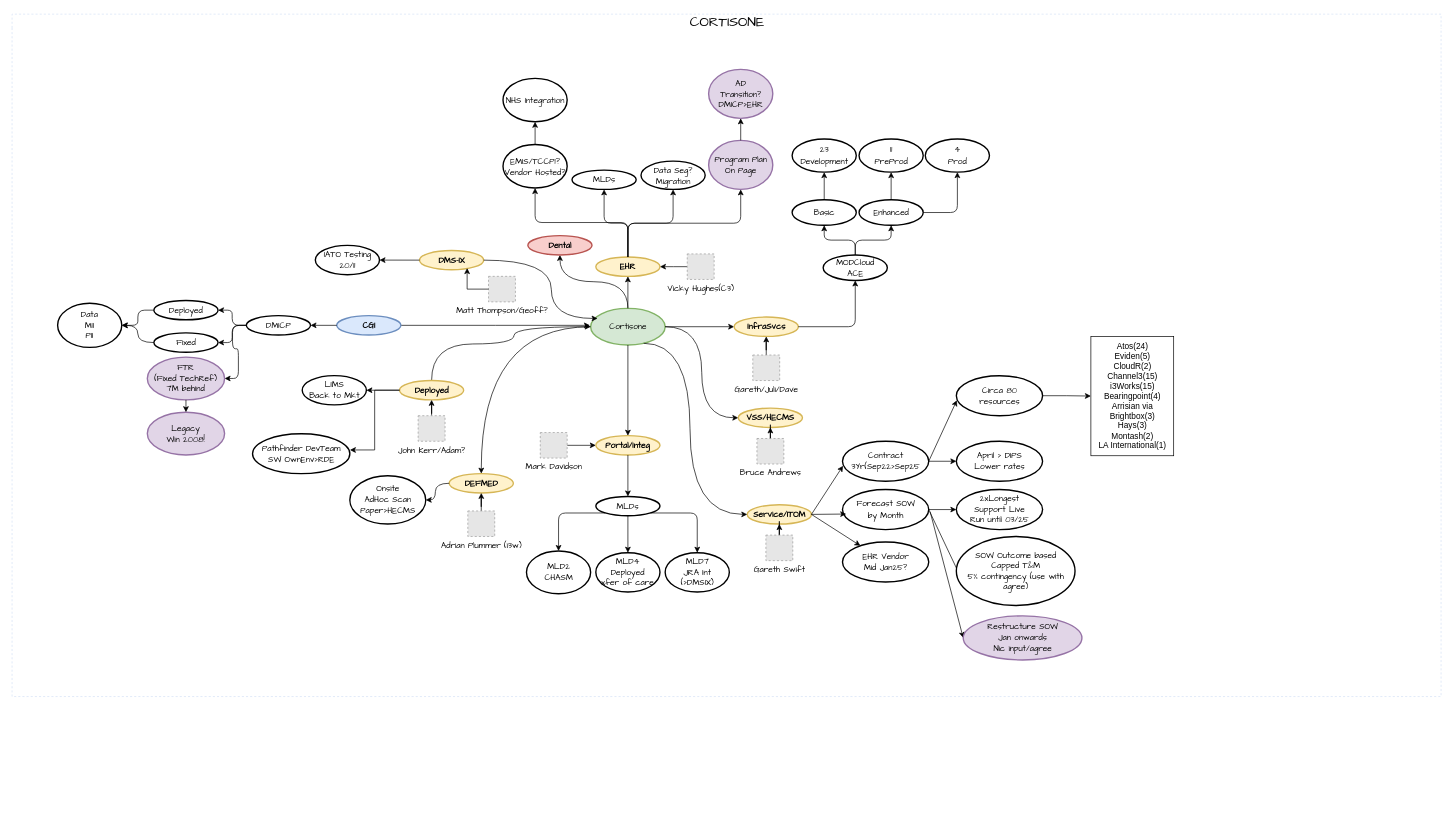
Before: page "Overview" (1 of 3) of 202411 Cortisone.drawio in dalegent42/DrawIO, a draw.io diagram. Source tidied: cells renumbered, new cells numbered last; positions are measured from the earlier drawing's top-left corner, leaving out a move shared by most shapes. Both pictures are drawn from the tidied source at 69%, with x=0, y=0 at pixel (12, 14). Pictures stored in the file or linked from it are replaced by grey dashed boxes.
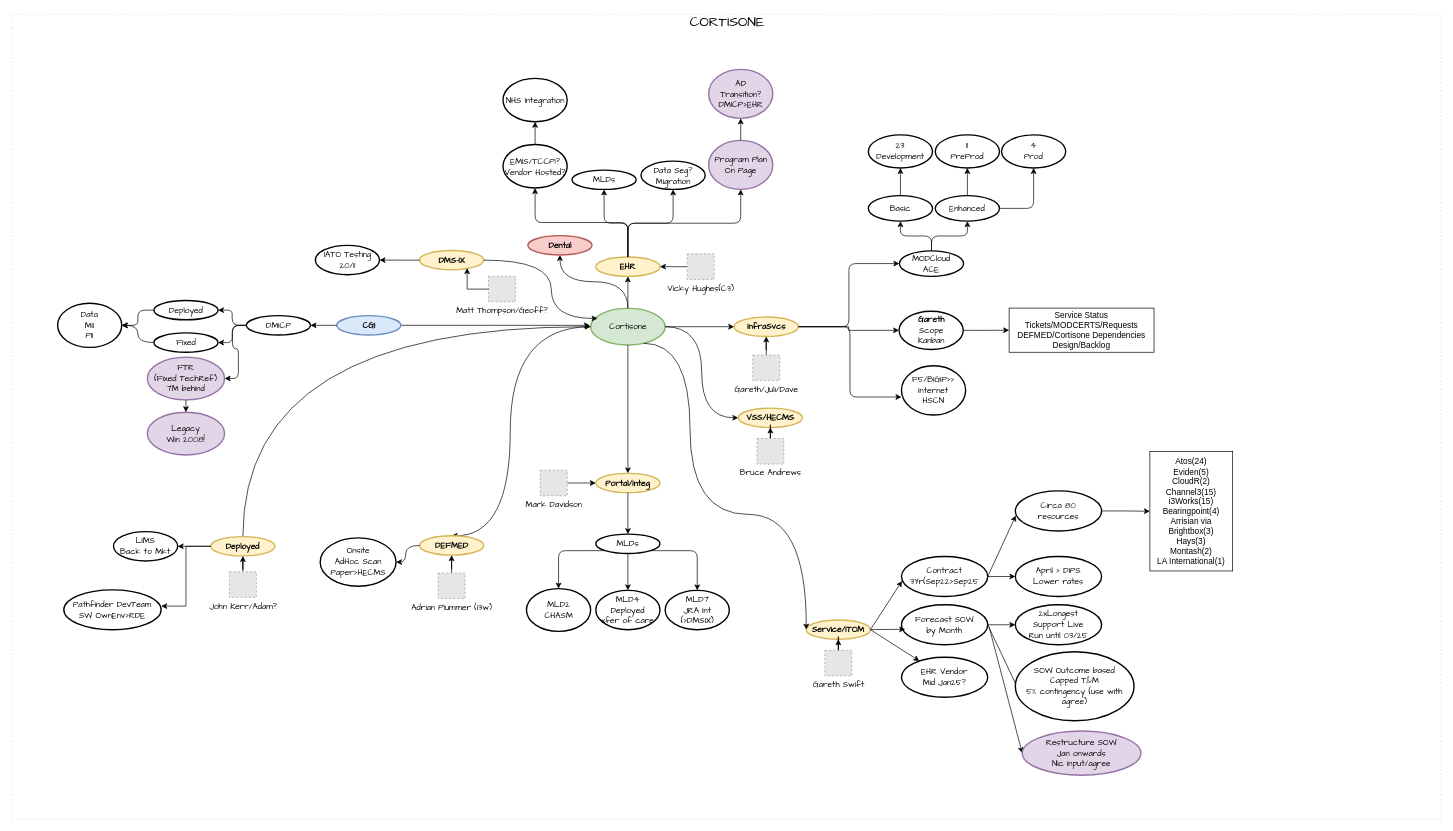
After the change.

Unchanged cells that the change refers to:
```xml
<mxCell id="4" value="&lt;font face=&quot;Comic Sans MS&quot;&gt;Cortisone&lt;/font&gt;" style="ellipse;whiteSpace=wrap;html=1;align=center;strokeWidth=2;fillColor=#d5e8d4;strokeColor=#82b366;" parent="2" vertex="1">
  <mxGeometry x="838.5" y="426.5" width="108" height="53" as="geometry" />
</mxCell>
<mxCell id="14" value="&lt;font face=&quot;Comic Sans MS&quot;&gt;InfraSvcs&lt;/font&gt;" style="ellipse;whiteSpace=wrap;html=1;align=center;strokeWidth=2;fontStyle=1;fillColor=#fff2cc;strokeColor=#d6b656;" parent="2" vertex="1">
  <mxGeometry x="1046.5" y="439" width="93" height="28" as="geometry" />
</mxCell>
```

The edit, as a diff of the source:
```diff
@@
     <mxCell id="2" value="&lt;span style=&quot;font-weight: normal;&quot;&gt;&lt;font style=&quot;font-size: 20px;&quot;&gt;CORTISONE&lt;/font&gt;&lt;/span&gt;" style="swimlane;html=1;startSize=20;horizontal=1;containerType=tree;labelBackgroundColor=none;strokeColor=#D4E1F5;strokeWidth=1;fillColor=none;fontFamily=Comic Sans MS;fontSize=9;swimlaneLine=0;dashed=1;" parent="1" vertex="1">
-      <mxGeometry width="2071" height="989" as="geometry" />
+      <mxGeometry width="2071" height="1167" as="geometry" />
     </mxCell>
@@
     <mxCell id="17" value="&lt;font face=&quot;Comic Sans MS&quot;&gt;MODCloud&lt;/font&gt;&lt;div&gt;&lt;font face=&quot;Comic Sans MS&quot;&gt;ACE&lt;/font&gt;&lt;/div&gt;" style="ellipse;whiteSpace=wrap;html=1;align=center;strokeWidth=2;" parent="2" vertex="1">
-      <mxGeometry x="1175.5" y="349" width="93" height="37" as="geometry" />
+      <mxGeometry x="1286" y="343" width="93" height="37" as="geometry" />
     </mxCell>
-    <mxCell id="18" style="edgeStyle=orthogonalEdgeStyle;rounded=1;jettySize=auto;html=1;entryX=0.5;entryY=1;entryDx=0;entryDy=0;curved=0;exitX=1;exitY=0.5;exitDx=0;exitDy=0;" parent="2" edge="1" source="14" target="17">
+    <mxCell id="18" style="edgeStyle=orthogonalEdgeStyle;rounded=1;jettySize=auto;html=1;exitX=1;exitY=0.5;exitDx=0;exitDy=0;entryX=0;entryY=0.5;entryDx=0;entryDy=0;" parent="2" edge="1" source="14" target="17">
       <mxGeometry relative="1" as="geometry" />
     </mxCell>
@@
     <mxCell id="24" value="&lt;font face=&quot;Comic Sans MS&quot;&gt;Portal/Integ&lt;/font&gt;" style="ellipse;whiteSpace=wrap;html=1;align=center;strokeWidth=2;fontStyle=1;fillColor=#fff2cc;strokeColor=#d6b656;" parent="2" vertex="1">
-      <mxGeometry x="846" y="610.9" width="93" height="28" as="geometry" />
+      <mxGeometry x="846" y="665.5" width="93" height="28" as="geometry" />
     </mxCell>
@@
     <mxCell id="26" value="Mark Davidson" style="fillColor=#E6E6E6;strokeColor=#999999;dashed=1;html=1;verticalAlign=top;verticalLabelPosition=bottom;labelBackgroundColor=#ffffff;fontFamily=Comic Sans MS;fontSize=12;fontColor=#000000;align=center;" parent="2" vertex="1">
-      <mxGeometry x="765.5" y="606.4" width="39" height="37" as="geometry" />
+      <mxGeometry x="765.5" y="661" width="39" height="37" as="geometry" />
     </mxCell>
     <mxCell id="27" value="&lt;font face=&quot;Comic Sans MS&quot;&gt;MLDs&lt;/font&gt;" style="ellipse;whiteSpace=wrap;html=1;align=center;strokeWidth=2;" parent="2" vertex="1">
-      <mxGeometry x="846" y="699" width="93" height="28" as="geometry" />
+      <mxGeometry x="846" y="753.6" width="93" height="28" as="geometry" />
     </mxCell>
@@
     <mxCell id="29" value="&lt;font face=&quot;Comic Sans MS&quot;&gt;MLD2&lt;/font&gt;&lt;div&gt;&lt;font face=&quot;Comic Sans MS&quot;&gt;CHASM&lt;/font&gt;&lt;/div&gt;" style="ellipse;whiteSpace=wrap;html=1;align=center;strokeWidth=2;" parent="2" vertex="1">
-      <mxGeometry x="745.5" y="778" width="93" height="62" as="geometry" />
+      <mxGeometry x="745.5" y="832.6" width="93" height="62" as="geometry" />
     </mxCell>
@@
     <mxCell id="31" value="&lt;font face=&quot;Comic Sans MS&quot;&gt;MLD4&lt;/font&gt;&lt;div&gt;&lt;font face=&quot;Comic Sans MS&quot;&gt;Deployed&lt;/font&gt;&lt;/div&gt;&lt;div&gt;&lt;font face=&quot;Comic Sans MS&quot;&gt;xfer of care&lt;/font&gt;&lt;/div&gt;" style="ellipse;whiteSpace=wrap;html=1;align=center;strokeWidth=2;" parent="2" vertex="1">
-      <mxGeometry x="846" y="780.5" width="93" height="57" as="geometry" />
+      <mxGeometry x="846" y="835.1" width="93" height="57" as="geometry" />
     </mxCell>
     <mxCell id="32" value="&lt;font face=&quot;Comic Sans MS&quot;&gt;MLD7&lt;/font&gt;&lt;div&gt;&lt;font face=&quot;Comic Sans MS&quot;&gt;JRA Int&lt;/font&gt;&lt;/div&gt;&lt;div&gt;&lt;font face=&quot;Comic Sans MS&quot;&gt;(&amp;gt;DMSIX)&lt;/font&gt;&lt;/div&gt;" style="ellipse;whiteSpace=wrap;html=1;align=center;strokeWidth=2;" parent="2" vertex="1">
-      <mxGeometry x="946.5" y="780.5" width="93" height="57" as="geometry" />
+      <mxGeometry x="946.5" y="835.1" width="93" height="57" as="geometry" />
     </mxCell>
@@
     <mxCell id="35" style="edgeStyle=orthogonalEdgeStyle;rounded=0;jettySize=auto;html=1;exitX=0;exitY=0.5;exitDx=0;exitDy=0;entryX=0.5;entryY=0;entryDx=0;entryDy=0;curved=1;" parent="2" edge="1" source="4" target="36">
-      <mxGeometry relative="1" as="geometry" />
+      <mxGeometry relative="1" as="geometry">
+        <Array as="points">
+          <mxPoint x="722" y="453" />
+          <mxPoint x="722" y="756" />
+        </Array>
+      </mxGeometry>
     </mxCell>
     <mxCell id="36" value="&lt;font face=&quot;Comic Sans MS&quot;&gt;DEFMED&lt;/font&gt;" style="ellipse;whiteSpace=wrap;html=1;align=center;strokeWidth=2;fontStyle=1;fillColor=#fff2cc;strokeColor=#d6b656;" parent="2" vertex="1">
-      <mxGeometry x="633.5" y="665.9" width="93" height="28" as="geometry" />
+      <mxGeometry x="590.5" y="756" width="93" height="28" as="geometry" />
     </mxCell>
@@
     <mxCell id="38" value="Adrian Plummer (i3w)" style="fillColor=#E6E6E6;strokeColor=#999999;dashed=1;html=1;verticalAlign=top;verticalLabelPosition=bottom;labelBackgroundColor=#ffffff;fontFamily=Comic Sans MS;fontSize=12;fontColor=#000000;align=center;" parent="2" vertex="1">
-      <mxGeometry x="660.5" y="720" width="39" height="37" as="geometry" />
+      <mxGeometry x="617.5" y="810.1" width="39" height="37" as="geometry" />
     </mxCell>
-    <mxCell id="39" style="edgeStyle=orthogonalEdgeStyle;rounded=0;jettySize=auto;html=1;entryX=0;entryY=0.5;entryDx=0;entryDy=0;curved=1;" parent="2" edge="1" source="40" target="4">
-      <mxGeometry relative="1" as="geometry">
-        <Array as="points">
-          <mxPoint x="727.5" y="478" />
-          <mxPoint x="727.5" y="453" />
-        </Array>
-      </mxGeometry>
+    <mxCell id="39" style="edgeStyle=orthogonalEdgeStyle;rounded=0;jettySize=auto;html=1;exitX=0.5;exitY=0;exitDx=0;exitDy=0;entryX=0;entryY=0.5;entryDx=0;entryDy=0;curved=1;" parent="2" edge="1" source="40" target="4">
+      <mxGeometry relative="1" as="geometry" />
     </mxCell>
     <mxCell id="40" value="&lt;font face=&quot;Comic Sans MS&quot;&gt;Deployed&lt;/font&gt;" style="ellipse;whiteSpace=wrap;html=1;align=center;strokeWidth=2;fontStyle=1;fillColor=#fff2cc;strokeColor=#d6b656;" parent="2" vertex="1">
-      <mxGeometry x="561.5" y="531" width="93" height="28" as="geometry" />
+      <mxGeometry x="288" y="757.2" width="93" height="28" as="geometry" />
     </mxCell>
@@
     <mxCell id="42" value="John Kerr/Adam?" style="fillColor=#E6E6E6;strokeColor=#999999;dashed=1;html=1;verticalAlign=top;verticalLabelPosition=bottom;labelBackgroundColor=#ffffff;fontFamily=Comic Sans MS;fontSize=12;fontColor=#000000;align=center;" parent="2" vertex="1">
-      <mxGeometry x="588.5" y="582" width="39" height="37" as="geometry" />
+      <mxGeometry x="315" y="808.2" width="39" height="37" as="geometry" />
     </mxCell>
@@
     <mxCell id="58" value="&lt;font face=&quot;Comic Sans MS&quot;&gt;Basic&lt;/font&gt;" style="ellipse;whiteSpace=wrap;html=1;align=center;strokeWidth=2;" parent="2" vertex="1">
-      <mxGeometry x="1130.5" y="269" width="93" height="37" as="geometry" />
+      <mxGeometry x="1241" y="263" width="93" height="37" as="geometry" />
     </mxCell>
     <mxCell id="59" value="&lt;font face=&quot;Comic Sans MS&quot;&gt;Enhanced&lt;/font&gt;" style="ellipse;whiteSpace=wrap;html=1;align=center;strokeWidth=2;" parent="2" vertex="1">
-      <mxGeometry x="1227.5" y="269" width="93" height="37" as="geometry" />
+      <mxGeometry x="1338" y="263" width="93" height="37" as="geometry" />
     </mxCell>
@@
     <mxCell id="62" value="&lt;font face=&quot;Comic Sans MS&quot;&gt;23&lt;/font&gt;&lt;div&gt;&lt;font face=&quot;Comic Sans MS&quot;&gt;Development&lt;/font&gt;&lt;/div&gt;" style="ellipse;whiteSpace=wrap;html=1;align=center;strokeWidth=2;" parent="2" vertex="1">
-      <mxGeometry x="1130.5" y="181" width="93" height="48" as="geometry" />
+      <mxGeometry x="1241" y="175" width="93" height="48" as="geometry" />
     </mxCell>
@@
     <mxCell id="64" value="&lt;font face=&quot;Comic Sans MS&quot;&gt;11&lt;/font&gt;&lt;div&gt;&lt;font face=&quot;Comic Sans MS&quot;&gt;PreProd&lt;/font&gt;&lt;/div&gt;" style="ellipse;whiteSpace=wrap;html=1;align=center;strokeWidth=2;" parent="2" vertex="1">
-      <mxGeometry x="1227.5" y="181" width="93" height="48" as="geometry" />
+      <mxGeometry x="1338" y="175" width="93" height="48" as="geometry" />
     </mxCell>
@@
     <mxCell id="66" value="&lt;font face=&quot;Comic Sans MS&quot;&gt;4&lt;/font&gt;&lt;div&gt;&lt;font face=&quot;Comic Sans MS&quot;&gt;Prod&lt;/font&gt;&lt;/div&gt;" style="ellipse;whiteSpace=wrap;html=1;align=center;strokeWidth=2;" parent="2" vertex="1">
-      <mxGeometry x="1323.5" y="181" width="93" height="48" as="geometry" />
+      <mxGeometry x="1434" y="175" width="93" height="48" as="geometry" />
     </mxCell>
@@
     <mxCell id="71" value="&lt;font face=&quot;Comic Sans MS&quot;&gt;Service/ITOM&lt;/font&gt;" style="ellipse;whiteSpace=wrap;html=1;align=center;strokeWidth=2;fontStyle=1;fillColor=#fff2cc;strokeColor=#d6b656;" parent="2" vertex="1">
-      <mxGeometry x="1065.5" y="711" width="93" height="28" as="geometry" />
+      <mxGeometry x="1151" y="878" width="93" height="28" as="geometry" />
     </mxCell>
@@
     <mxCell id="73" value="Gareth Swift" style="fillColor=#E6E6E6;strokeColor=#999999;dashed=1;html=1;verticalAlign=top;verticalLabelPosition=bottom;labelBackgroundColor=#ffffff;fontFamily=Comic Sans MS;fontSize=12;fontColor=#000000;align=center;" parent="2" vertex="1">
-      <mxGeometry x="1092.5" y="755" width="39" height="37" as="geometry" />
+      <mxGeometry x="1178" y="922" width="39" height="37" as="geometry" />
     </mxCell>
@@
     <mxCell id="76" value="&lt;font face=&quot;Comic Sans MS&quot;&gt;Contract&lt;/font&gt;&lt;div&gt;&lt;font face=&quot;Comic Sans MS&quot;&gt;3Yr(&lt;/font&gt;&lt;span style=&quot;font-family: &amp;quot;Comic Sans MS&amp;quot;; background-color: initial;&quot;&gt;Sep22&amp;gt;Sep25&lt;/span&gt;&lt;/div&gt;" style="ellipse;whiteSpace=wrap;html=1;align=center;strokeWidth=2;fontStyle=0;" parent="2" vertex="1">
-      <mxGeometry x="1203.5" y="619" width="125" height="58" as="geometry" />
+      <mxGeometry x="1289" y="786" width="125" height="58" as="geometry" />
     </mxCell>
@@
     <mxCell id="78" value="&lt;font face=&quot;Comic Sans MS&quot;&gt;Onsite&lt;/font&gt;&lt;div&gt;&lt;font face=&quot;Comic Sans MS&quot;&gt;AdHoc Scan&lt;/font&gt;&lt;/div&gt;&lt;div&gt;&lt;font face=&quot;Comic Sans MS&quot;&gt;Paper&amp;gt;HECMS&lt;/font&gt;&lt;/div&gt;" style="ellipse;whiteSpace=wrap;html=1;align=center;strokeWidth=2;fontStyle=0;" parent="2" vertex="1">
-      <mxGeometry x="489.5" y="669" width="110" height="70" as="geometry" />
+      <mxGeometry x="446.5" y="759.1" width="110" height="70" as="geometry" />
     </mxCell>
@@
     <mxCell id="81" value="&lt;font face=&quot;Comic Sans MS&quot;&gt;LIMS&lt;/font&gt;&lt;div&gt;&lt;font face=&quot;Comic Sans MS&quot;&gt;Back to Mkt&lt;/font&gt;&lt;/div&gt;" style="ellipse;whiteSpace=wrap;html=1;align=center;strokeWidth=2;" parent="2" vertex="1">
-      <mxGeometry x="420.5" y="523.8" width="93" height="42.5" as="geometry" />
+      <mxGeometry x="147" y="750" width="93" height="42.5" as="geometry" />
     </mxCell>
@@
     <mxCell id="83" value="&lt;div&gt;&lt;font face=&quot;Comic Sans MS&quot;&gt;Pathfinder DevTeam&lt;/font&gt;&lt;/div&gt;&lt;div&gt;&lt;font face=&quot;Comic Sans MS&quot;&gt;SW OwnEnv&amp;gt;RDE&lt;/font&gt;&lt;/div&gt;" style="ellipse;whiteSpace=wrap;html=1;align=center;strokeWidth=2;" parent="2" vertex="1">
-      <mxGeometry x="348.5" y="608.1" width="141" height="57.8" as="geometry" />
+      <mxGeometry x="75" y="834.4" width="141" height="57.8" as="geometry" />
     </mxCell>
@@
     <mxCell id="86" value="&lt;font face=&quot;Comic Sans MS&quot;&gt;EHR Vendor&lt;/font&gt;&lt;div&gt;&lt;font face=&quot;Comic Sans MS&quot;&gt;Mid Jan25?&lt;/font&gt;&lt;/div&gt;" style="ellipse;whiteSpace=wrap;html=1;align=center;strokeWidth=2;fontStyle=0;" parent="2" vertex="1">
-      <mxGeometry x="1203.5" y="765" width="125" height="58" as="geometry" />
+      <mxGeometry x="1289" y="932" width="125" height="58" as="geometry" />
     </mxCell>
     <mxCell id="87" style="rounded=0;jettySize=auto;html=1;entryX=0;entryY=0.5;entryDx=0;entryDy=0;" parent="2" edge="1" target="104">
       <mxGeometry relative="1" as="geometry">
-        <mxPoint x="1330.5" y="721" as="sourcePoint" />
+        <mxPoint x="1416" y="888" as="sourcePoint" />
       </mxGeometry>
     </mxCell>
     <mxCell id="88" value="&lt;font face=&quot;Comic Sans MS&quot;&gt;Forecast SOW&lt;/font&gt;&lt;div&gt;&lt;font face=&quot;Comic Sans MS&quot;&gt;by Month&lt;/font&gt;&lt;/div&gt;" style="ellipse;whiteSpace=wrap;html=1;align=center;strokeWidth=2;fontStyle=0;" parent="2" vertex="1">
-      <mxGeometry x="1203.5" y="689" width="125" height="58" as="geometry" />
+      <mxGeometry x="1289" y="856" width="125" height="58" as="geometry" />
     </mxCell>
@@
     <mxCell id="91" value="&lt;font face=&quot;Comic Sans MS&quot;&gt;April &amp;gt; DIPS&lt;/font&gt;&lt;div&gt;&lt;font face=&quot;Comic Sans MS&quot;&gt;Lower rates&lt;/font&gt;&lt;/div&gt;" style="ellipse;whiteSpace=wrap;html=1;align=center;strokeWidth=2;fontStyle=0;" parent="2" vertex="1">
-      <mxGeometry x="1368.5" y="619" width="125" height="58" as="geometry" />
+      <mxGeometry x="1454" y="786" width="125" height="58" as="geometry" />
     </mxCell>
@@
     <mxCell id="93" value="&lt;font face=&quot;Comic Sans MS&quot;&gt;2xLongest&lt;/font&gt;&lt;div&gt;&lt;font face=&quot;Comic Sans MS&quot;&gt;Support Live&lt;/font&gt;&lt;/div&gt;&lt;div&gt;&lt;font face=&quot;Comic Sans MS&quot;&gt;Run until 03/25&lt;/font&gt;&lt;/div&gt;" style="ellipse;whiteSpace=wrap;html=1;align=center;strokeWidth=2;fontStyle=0;" parent="2" vertex="1">
-      <mxGeometry x="1368.5" y="689" width="125" height="58" as="geometry" />
+      <mxGeometry x="1454" y="856" width="125" height="58" as="geometry" />
     </mxCell>
@@
     <mxCell id="95" value="&lt;font face=&quot;Comic Sans MS&quot;&gt;SOW Outcome based&lt;/font&gt;&lt;div&gt;&lt;font face=&quot;Comic Sans MS&quot;&gt;Capped T&amp;amp;M&lt;/font&gt;&lt;/div&gt;&lt;div&gt;&lt;font face=&quot;Comic Sans MS&quot;&gt;5% contingency (use with agree)&lt;/font&gt;&lt;/div&gt;" style="ellipse;whiteSpace=wrap;html=1;align=center;strokeWidth=2;fontStyle=0;" parent="2" vertex="1">
-      <mxGeometry x="1368.5" y="757" width="172" height="100" as="geometry" />
+      <mxGeometry x="1454" y="924" width="172" height="100" as="geometry" />
     </mxCell>
@@
     <mxCell id="98" value="&lt;font face=&quot;Comic Sans MS&quot;&gt;Circa 80&lt;/font&gt;&lt;div&gt;&lt;font face=&quot;Comic Sans MS&quot;&gt;resources&lt;/font&gt;&lt;/div&gt;" style="ellipse;whiteSpace=wrap;html=1;align=center;strokeWidth=2;fontStyle=0;" parent="2" vertex="1">
-      <mxGeometry x="1368.5" y="524" width="125" height="58" as="geometry" />
+      <mxGeometry x="1454" y="691" width="125" height="58" as="geometry" />
     </mxCell>
     <mxCell id="99" value="Atos(24)&lt;div&gt;Eviden(5)&lt;/div&gt;&lt;div&gt;CloudR(2)&lt;/div&gt;&lt;div&gt;Channel3(15)&lt;/div&gt;&lt;div&gt;i3Works(15)&lt;/div&gt;&lt;div&gt;Bearingpoint(4)&lt;/div&gt;&lt;div&gt;Arrisian via Brightbox(3)&lt;/div&gt;&lt;div&gt;Hays(3)&lt;/div&gt;&lt;div&gt;Montash(2)&lt;/div&gt;&lt;div&gt;LA International(1)&lt;/div&gt;" style="rounded=0;whiteSpace=wrap;html=1;" parent="2" vertex="1">
-      <mxGeometry x="1563.5" y="467" width="120" height="173" as="geometry" />
+      <mxGeometry x="1649" y="634" width="120" height="173" as="geometry" />
     </mxCell>
@@
     <mxCell id="104" value="&lt;font face=&quot;Comic Sans MS&quot;&gt;Restructure SOW&lt;/font&gt;&lt;div&gt;&lt;font face=&quot;Comic Sans MS&quot;&gt;Jan onwards&lt;/font&gt;&lt;/div&gt;&lt;div&gt;&lt;font face=&quot;Comic Sans MS&quot;&gt;Nic input/agree&lt;/font&gt;&lt;/div&gt;" style="ellipse;whiteSpace=wrap;html=1;align=center;strokeWidth=2;fontStyle=0;fillColor=#e1d5e7;strokeColor=#9673a6;" parent="2" vertex="1">
-      <mxGeometry x="1378.5" y="872" width="172" height="64" as="geometry" />
+      <mxGeometry x="1464" y="1039" width="172" height="64" as="geometry" />
     </mxCell>
@@
+    <mxCell id="112" style="edgeStyle=orthogonalEdgeStyle;rounded=0;jettySize=auto;html=1;exitX=1;exitY=0.5;exitDx=0;exitDy=0;entryX=0;entryY=0.5;entryDx=0;entryDy=0;" parent="2" edge="1" source="14" target="114">
+      <mxGeometry relative="1" as="geometry" />
+    </mxCell>
+    <mxCell id="113" style="edgeStyle=orthogonalEdgeStyle;rounded=0;jettySize=auto;html=1;exitX=1;exitY=0.5;exitDx=0;exitDy=0;" parent="2" edge="1" source="114" target="115">
+      <mxGeometry relative="1" as="geometry" />
+    </mxCell>
+    <mxCell id="114" value="&lt;font style=&quot;&quot; face=&quot;Comic Sans MS&quot;&gt;Gareth&lt;/font&gt;&lt;div&gt;&lt;font style=&quot;font-weight: normal;&quot; face=&quot;Comic Sans MS&quot;&gt;Scope&lt;/font&gt;&lt;div&gt;&lt;font style=&quot;font-weight: normal;&quot; face=&quot;Comic Sans MS&quot;&gt;Kanban&lt;/font&gt;&lt;/div&gt;&lt;/div&gt;" style="ellipse;whiteSpace=wrap;html=1;align=center;strokeWidth=2;fontStyle=1;" parent="2" vertex="1">
+      <mxGeometry x="1285.5" y="430.5" width="93" height="55.5" as="geometry" />
+    </mxCell>
+    <mxCell id="115" value="Service Status&lt;div&gt;Tickets/MODCERTS/Requests&lt;/div&gt;&lt;div&gt;DEFMED/Cortisone Dependencies&lt;/div&gt;&lt;div&gt;Design/Backlog&lt;/div&gt;" style="rounded=0;whiteSpace=wrap;html=1;" parent="2" vertex="1">
+      <mxGeometry x="1445" y="426" width="210" height="64" as="geometry" />
+    </mxCell>
+    <mxCell id="116" value="&lt;font face=&quot;Comic Sans MS&quot;&gt;F5/BIGIP&amp;gt;&amp;gt;&lt;/font&gt;&lt;div&gt;&lt;font face=&quot;Comic Sans MS&quot;&gt;Internet&lt;/font&gt;&lt;div&gt;&lt;font face=&quot;Comic Sans MS&quot;&gt;HSCN&lt;/font&gt;&lt;/div&gt;&lt;/div&gt;" style="ellipse;whiteSpace=wrap;html=1;align=center;strokeWidth=2;" parent="2" vertex="1">
+      <mxGeometry x="1289" y="509.5" width="93" height="71.5" as="geometry" />
+    </mxCell>
+    <mxCell id="117" style="edgeStyle=orthogonalEdgeStyle;rounded=1;jettySize=auto;html=1;exitX=1;exitY=0.5;exitDx=0;exitDy=0;entryX=0;entryY=0.635;entryDx=0;entryDy=0;entryPerimeter=0;" parent="2" edge="1" source="14" target="116">
+      <mxGeometry relative="1" as="geometry" />
+    </mxCell>
```
